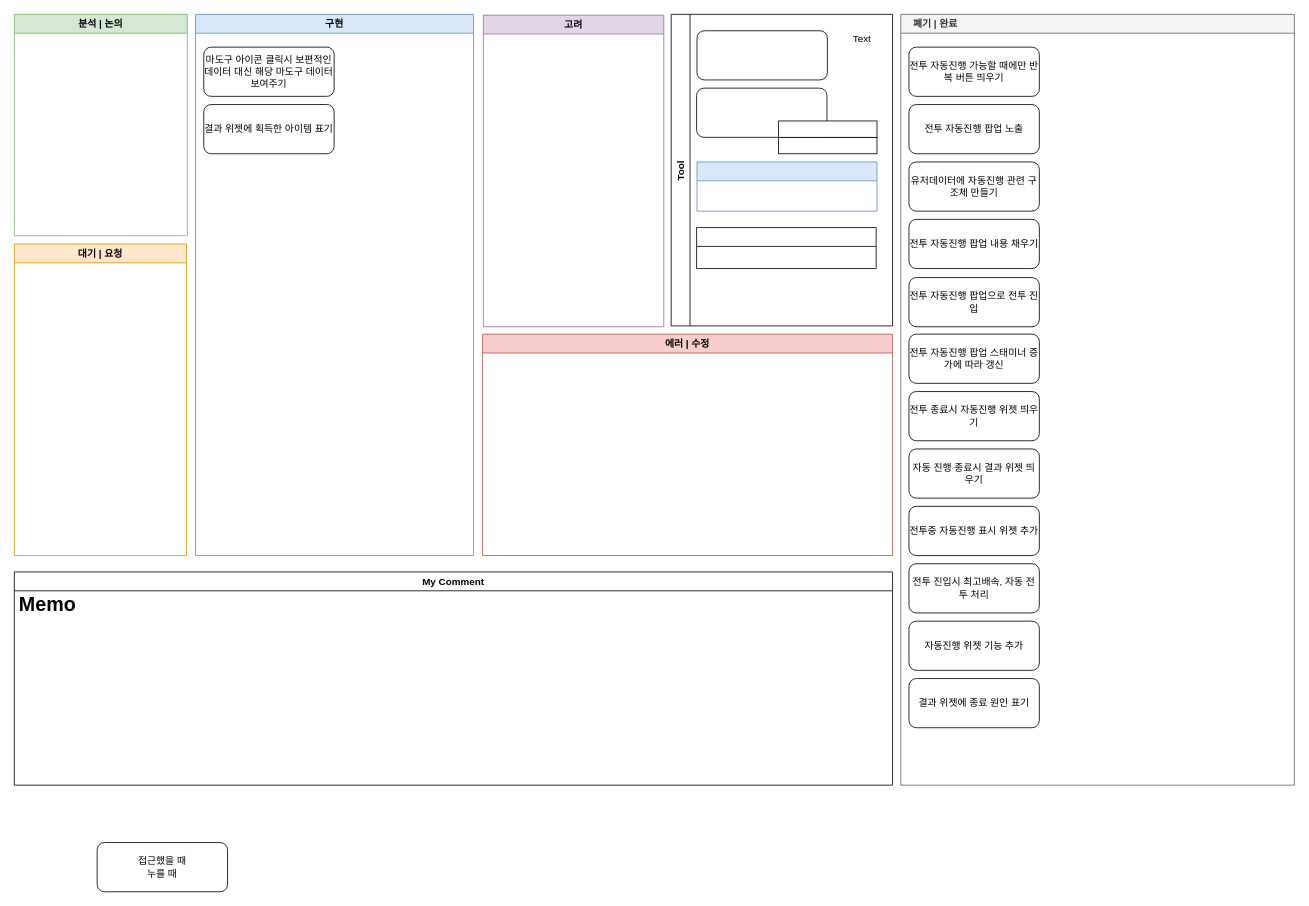
Earlier version of the draw.io diagram 스테이지 자동진행 진행상황.drawio (Endorr/Job-Board). Source tidied: cells renumbered, new cells numbered last; positions are measured from the earlier drawing's top-left corner, leaving out a move shared by most shapes. Both pictures are drawn from the tidied source at 82%, with x=0, y=0 at pixel (14, 14).
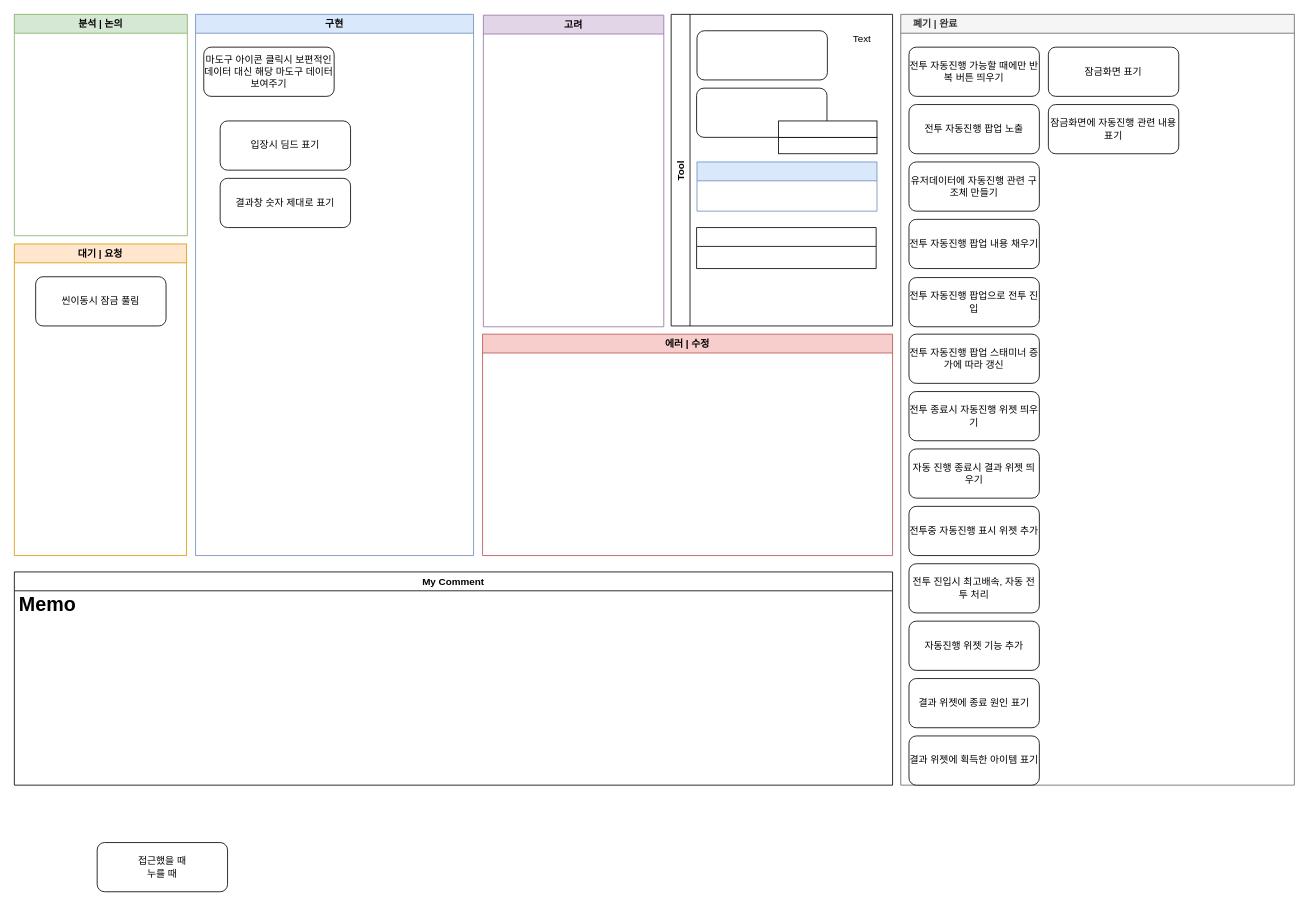
The same diagram, later.

Commit message:
Update 스테이지 자동진행 진행상황.drawio

Unchanged cells that the change refers to:
```xml
<mxCell id="2" value="구현" style="swimlane;fillColor=#dae8fc;strokeColor=#6c8ebf;" parent="1" vertex="1">
  <mxGeometry x="221" width="339" height="660" as="geometry" />
</mxCell>
<mxCell id="7" value="대기 | 요청" style="swimlane;strokeColor=#d79b00;fillColor=#ffe6cc;" parent="1" vertex="1">
  <mxGeometry y="280" width="210" height="380" as="geometry" />
</mxCell>
<mxCell id="9" value="    폐기 | 완료" style="swimlane;strokeColor=#666666;fillColor=#f5f5f5;fontColor=#333333;align=left;" parent="1" vertex="1">
  <mxGeometry x="1081" width="480" height="940" as="geometry" />
</mxCell>
```

Diff of the diagram source:
```diff
@@
-    <mxCell id="4" value="결과 위젯에 획득한 아이템 표기" style="rounded=1;whiteSpace=wrap;html=1;" parent="2" vertex="1">
-      <mxGeometry x="10" y="110" width="159" height="60" as="geometry" />
-    </mxCell>
+    <mxCell id="34" value="입장시 딤드 표기" style="rounded=1;whiteSpace=wrap;html=1;" parent="2" vertex="1">
+      <mxGeometry x="30" y="130" width="159" height="60" as="geometry" />
+    </mxCell>
+    <mxCell id="35" value="결과창 숫자 제대로 표기" style="rounded=1;whiteSpace=wrap;html=1;" parent="2" vertex="1">
+      <mxGeometry x="30" y="200" width="159" height="60" as="geometry" />
+    </mxCell>
@@
+    <mxCell id="36" value="씬이동시 잠금 풀림" style="rounded=1;whiteSpace=wrap;html=1;" parent="7" vertex="1">
+      <mxGeometry x="26" y="40" width="159" height="60" as="geometry" />
+    </mxCell>
@@
+    <mxCell id="4" value="결과 위젯에 획득한 아이템 표기" style="rounded=1;whiteSpace=wrap;html=1;" parent="9" vertex="1">
+      <mxGeometry x="10" y="880" width="159" height="60" as="geometry" />
+    </mxCell>
+    <mxCell id="37" value="잠금화면 표기" style="rounded=1;whiteSpace=wrap;html=1;" parent="9" vertex="1">
+      <mxGeometry x="180" y="40" width="159" height="60" as="geometry" />
+    </mxCell>
+    <mxCell id="38" value="잠금화면에 자동진행 관련 내용 표기" style="rounded=1;whiteSpace=wrap;html=1;" parent="9" vertex="1">
+      <mxGeometry x="180" y="110" width="159" height="60" as="geometry" />
+    </mxCell>
```
